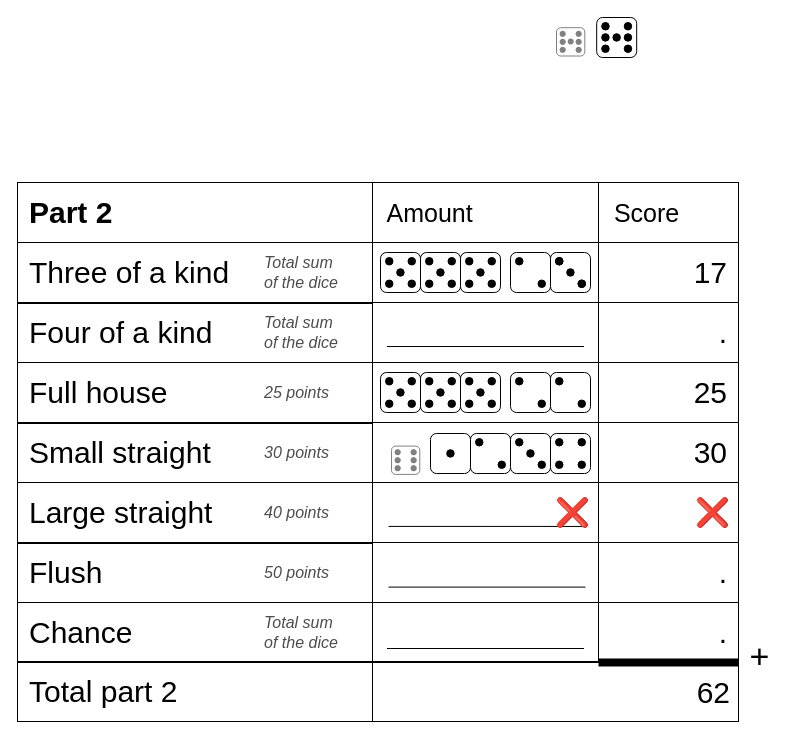
Earlier version of the draw.io diagram Resource/Wireframes/part2-alt3.drawio (Marvin-Brouwer/five-dice). Source tidied: cells renumbered, new cells numbered last; positions are measured from the earlier drawing's top-left corner, leaving out a move shared by most shapes. Both pictures are drawn from the tidied source at 100%, with x=0, y=0 at pixel (17, 17).
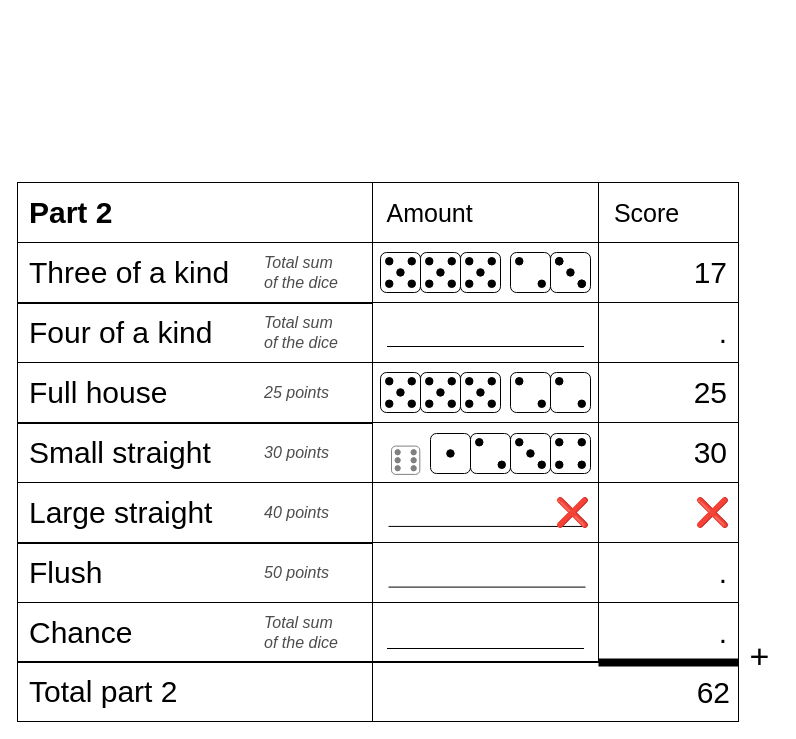
The same page after the edit.

The edit, as a diff of the source:
```diff
@@
-    <mxCell id="165" style="group;" parent="1" vertex="1">
-      <mxGeometry x="579.2" width="40" height="40" as="geometry" />
-    </mxCell>
-    <mxCell id="166" style="rounded=1;whiteSpace=wrap;html=1;" parent="165" vertex="1">
-      <mxGeometry width="40" height="40" as="geometry" />
-    </mxCell>
-    <mxCell id="167" style="ellipse;whiteSpace=wrap;html=1;fillColor=#000000;" parent="165" vertex="1">
-      <mxGeometry x="5" y="5" width="7.5" height="7.5" as="geometry" />
-    </mxCell>
-    <mxCell id="168" style="ellipse;whiteSpace=wrap;html=1;fillColor=#000000;" parent="165" vertex="1">
-      <mxGeometry x="27.5" y="27.5" width="7.5" height="7.5" as="geometry" />
-    </mxCell>
-    <mxCell id="169" style="ellipse;whiteSpace=wrap;html=1;fillColor=#000000;rotation=90;" parent="165" vertex="1">
-      <mxGeometry x="27.5" y="5" width="7.5" height="7.5" as="geometry" />
-    </mxCell>
-    <mxCell id="170" style="ellipse;whiteSpace=wrap;html=1;fillColor=#000000;rotation=90;" parent="165" vertex="1">
-      <mxGeometry x="5" y="27.5" width="7.5" height="7.5" as="geometry" />
-    </mxCell>
-    <mxCell id="171" style="ellipse;whiteSpace=wrap;html=1;fillColor=#000000;" parent="165" vertex="1">
-      <mxGeometry x="27.5" y="16.2" width="7.5" height="7.5" as="geometry" />
-    </mxCell>
-    <mxCell id="172" style="ellipse;whiteSpace=wrap;html=1;fillColor=#000000;" parent="165" vertex="1">
-      <mxGeometry x="5" y="16.2" width="7.5" height="7.5" as="geometry" />
-    </mxCell>
-    <mxCell id="173" style="ellipse;whiteSpace=wrap;html=1;fillColor=#000000;" parent="165" vertex="1">
-      <mxGeometry x="16.2" y="16.2" width="7.5" height="7.5" as="geometry" />
-    </mxCell>
-    <mxCell id="174" style="group;" parent="1" vertex="1">
-      <mxGeometry x="539" y="7.4" width="29" height="33.2" as="geometry" />
-    </mxCell>
-    <mxCell id="175" style="group;" parent="174" vertex="1">
-      <mxGeometry width="29" height="33.2" as="geometry" />
-    </mxCell>
-    <mxCell id="176" style="group;" parent="175" vertex="1">
-      <mxGeometry y="2.8" width="28.3" height="28.3" as="geometry" />
-    </mxCell>
-    <mxCell id="177" style="rounded=1;whiteSpace=wrap;html=1;strokeColor=#808080;" parent="176" vertex="1">
-      <mxGeometry width="28.3" height="28.3" as="geometry" />
-    </mxCell>
-    <mxCell id="178" style="ellipse;whiteSpace=wrap;html=1;fillColor=#808080;strokeColor=#808080;" parent="176" vertex="1">
-      <mxGeometry x="3.5" y="3.5" width="5.3" height="5.3" as="geometry" />
-    </mxCell>
-    <mxCell id="179" style="ellipse;whiteSpace=wrap;html=1;fillColor=#808080;strokeColor=#808080;" parent="176" vertex="1">
-      <mxGeometry x="19.5" y="19.5" width="5.3" height="5.3" as="geometry" />
-    </mxCell>
-    <mxCell id="180" style="ellipse;whiteSpace=wrap;html=1;fillColor=#808080;rotation=90;strokeColor=#808080;" parent="176" vertex="1">
-      <mxGeometry x="19.5" y="3.5" width="5.3" height="5.3" as="geometry" />
-    </mxCell>
-    <mxCell id="181" style="ellipse;whiteSpace=wrap;html=1;fillColor=#808080;rotation=90;strokeColor=#808080;" parent="176" vertex="1">
-      <mxGeometry x="3.5" y="19.5" width="5.3" height="5.3" as="geometry" />
-    </mxCell>
-    <mxCell id="182" style="ellipse;whiteSpace=wrap;html=1;fillColor=#808080;strokeColor=#808080;" parent="176" vertex="1">
-      <mxGeometry x="19.5" y="11.5" width="5.3" height="5.3" as="geometry" />
-    </mxCell>
-    <mxCell id="183" style="ellipse;whiteSpace=wrap;html=1;fillColor=#808080;strokeColor=#808080;" parent="176" vertex="1">
-      <mxGeometry x="3.5" y="11.5" width="5.3" height="5.3" as="geometry" />
-    </mxCell>
-    <mxCell id="184" style="ellipse;whiteSpace=wrap;html=1;fillColor=#808080;strokeColor=#808080;" parent="174" vertex="1">
-      <mxGeometry x="11.6" y="14" width="5.2" height="5.2" as="geometry" />
-    </mxCell>
```
